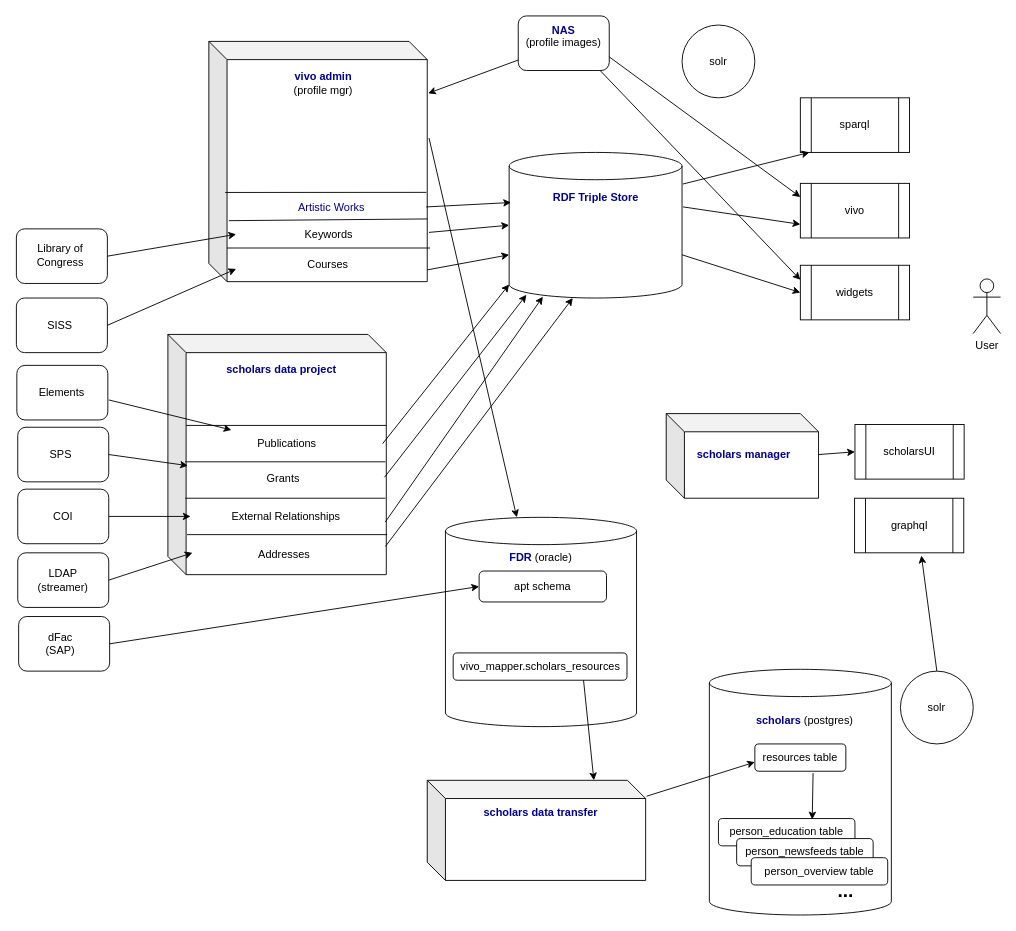
Above: Untitled Diagram.drawio in tibbs001/scholars (draw.io), before the change. Source tidied: cells renumbered, new cells numbered last; positions are measured from the earlier drawing's top-left corner, leaving out a move shared by most shapes. Both pictures are drawn from the tidied source at 91%, with x=0, y=0 at pixel (15, 15).
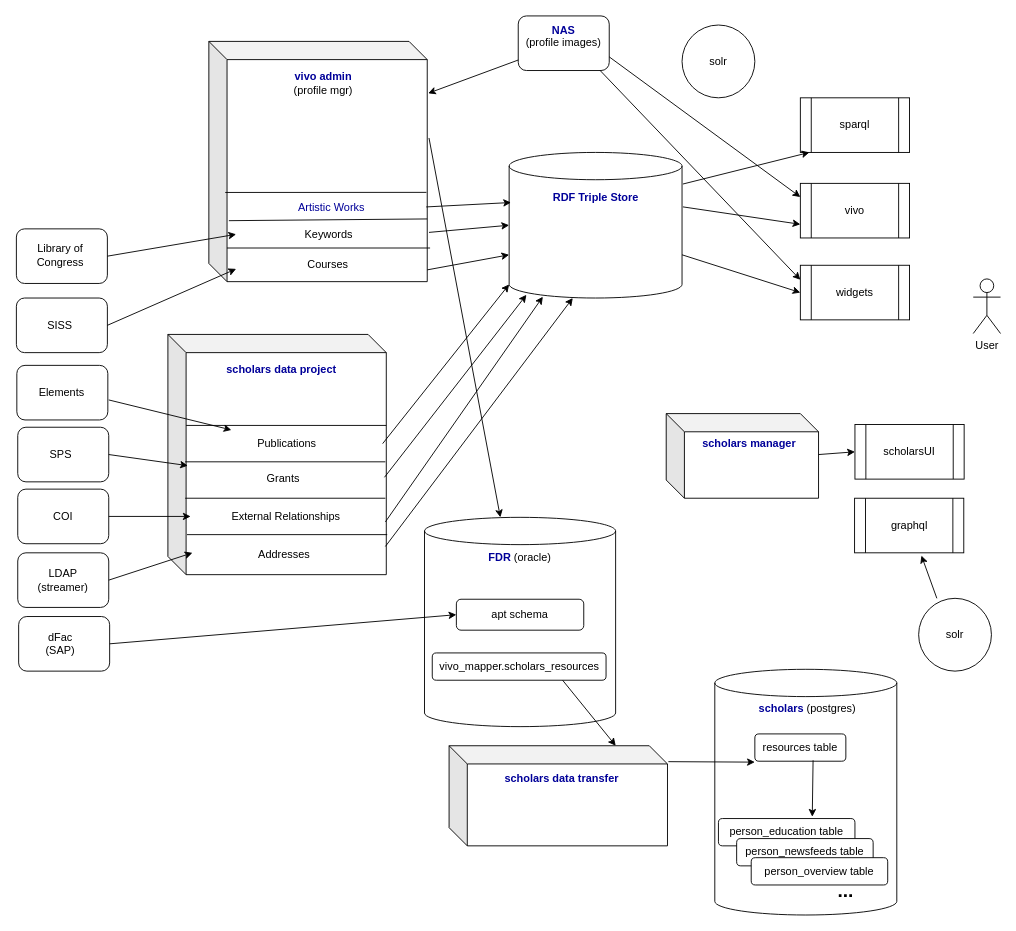
After the change.

Unchanged cells that the change refers to:
```xml
<mxCell id="69" value="graphql" style="shape=process;whiteSpace=wrap;html=1;backgroundOutline=1;" parent="1" vertex="1">
  <mxGeometry x="921.6" y="530" width="120" height="60" as="geometry" />
</mxCell>
<mxCell id="83" value="person_education table" style="text;html=1;strokeColor=default;fillColor=none;align=center;verticalAlign=middle;whiteSpace=wrap;rounded=1;" parent="1" vertex="1">
  <mxGeometry x="772" y="882" width="150" height="30" as="geometry" />
</mxCell>
```

Diff of the diagram source:
```diff
@@
     <mxCell id="2" style="shape=cube;whiteSpace=wrap;html=1;boundedLbl=1;backgroundOutline=1;darkOpacity=0.05;darkOpacity2=0.1;" parent="1" vertex="1">
-      <mxGeometry x="452" y="840" width="240" height="110" as="geometry" />
+      <mxGeometry x="476" y="802" width="240" height="110" as="geometry" />
     </mxCell>
@@
     <mxCell id="15" style="group;rounded=1;" parent="1" vertex="1">
-      <mxGeometry x="472" y="550" width="220" height="230" as="geometry" />
+      <mxGeometry x="449" y="550" width="220" height="230" as="geometry" />
     </mxCell>
@@
     <mxCell id="19" value="apt schema" style="text;html=1;strokeColor=default;fillColor=none;align=center;verticalAlign=middle;whiteSpace=wrap;rounded=1;" parent="15" vertex="1">
-      <mxGeometry x="37" y="60" width="140" height="34" as="geometry" />
+      <mxGeometry x="35" y="91" width="140" height="34" as="geometry" />
     </mxCell>
@@
     <mxCell id="57" value="&lt;font color=&quot;#000099&quot;&gt;&lt;b&gt;scholars data transfer&lt;/b&gt;&lt;/font&gt;" style="text;html=1;strokeColor=none;fillColor=none;align=center;verticalAlign=middle;whiteSpace=wrap;rounded=0;" parent="1" vertex="1">
-      <mxGeometry x="497" y="861" width="160" height="30" as="geometry" />
+      <mxGeometry x="520" y="823" width="160" height="30" as="geometry" />
     </mxCell>
     <mxCell id="58" style="shape=cylinder3;whiteSpace=wrap;html=1;boundedLbl=1;backgroundOutline=1;size=15;" parent="1" vertex="1">
-      <mxGeometry x="762" y="718" width="200" height="270" as="geometry" />
+      <mxGeometry x="768" y="718" width="200" height="270" as="geometry" />
     </mxCell>
     <mxCell id="59" value="&lt;b&gt;&lt;font color=&quot;#000099&quot;&gt;scholars&lt;/font&gt;&lt;/b&gt; (postgres)" style="text;html=1;strokeColor=none;fillColor=none;align=center;verticalAlign=middle;whiteSpace=wrap;rounded=0;" parent="1" vertex="1">
-      <mxGeometry x="792" y="760" width="150" height="30" as="geometry" />
+      <mxGeometry x="795" y="746" width="150" height="30" as="geometry" />
     </mxCell>
@@
     <mxCell id="61" value="solr" style="ellipse;whiteSpace=wrap;html=1;" parent="1" vertex="1">
-      <mxGeometry x="972" y="720" width="80" height="80" as="geometry" />
+      <mxGeometry x="992" y="640" width="80" height="80" as="geometry" />
     </mxCell>
@@
     <mxCell id="63" value="resources table" style="text;html=1;strokeColor=default;fillColor=none;align=center;verticalAlign=middle;whiteSpace=wrap;rounded=1;" parent="1" vertex="1">
-      <mxGeometry x="812" y="800" width="100" height="30" as="geometry" />
+      <mxGeometry x="812" y="789" width="100" height="30" as="geometry" />
     </mxCell>
@@
     <mxCell id="72" value="&lt;font color=&quot;#000099&quot;&gt;&lt;b&gt;scholars manager&lt;/b&gt;&lt;/font&gt;" style="text;html=1;strokeColor=none;fillColor=none;align=center;verticalAlign=middle;whiteSpace=wrap;rounded=0;" parent="1" vertex="1">
-      <mxGeometry x="724.6" y="467" width="150" height="30" as="geometry" />
+      <mxGeometry x="730.6" y="455" width="150" height="30" as="geometry" />
     </mxCell>
-    <mxCell id="73" style="endArrow=classic;html=1;rounded=0;exitX=0.5;exitY=0;exitDx=0;exitDy=0;entryX=0.612;entryY=1.05;entryDx=0;entryDy=0;entryPerimeter=0;" parent="1" edge="1" source="61" target="69">
+    <mxCell id="73" style="endArrow=classic;html=1;rounded=0;exitX=0.25;exitY=0;exitDx=0;exitDy=0;entryX=0.612;entryY=1.05;entryDx=0;entryDy=0;entryPerimeter=0;exitPerimeter=0;" parent="1" edge="1" source="61" target="69">
       <mxGeometry relative="1" as="geometry" />
     </mxCell>
@@
-    <mxCell id="87" style="endArrow=classic;html=1;rounded=0;fontSize=21;entryX=0.687;entryY=0.033;entryDx=0;entryDy=0;entryPerimeter=0;exitX=0.64;exitY=1.067;exitDx=0;exitDy=0;exitPerimeter=0;" parent="1" edge="1" source="63" target="83">
-      <mxGeometry relative="1" as="geometry" />
+    <mxCell id="87" style="endArrow=classic;html=1;rounded=0;fontSize=21;entryX=0.687;entryY=0.033;entryDx=0;entryDy=0;entryPerimeter=0;exitX=0.64;exitY=1.067;exitDx=0;exitDy=0;exitPerimeter=0;" parent="1" edge="1">
+      <mxGeometry relative="1" as="geometry">
+        <mxPoint x="876" y="818" as="sourcePoint" />
+        <mxPoint x="875.1" y="880" as="targetPoint" />
+      </mxGeometry>
     </mxCell>
```
